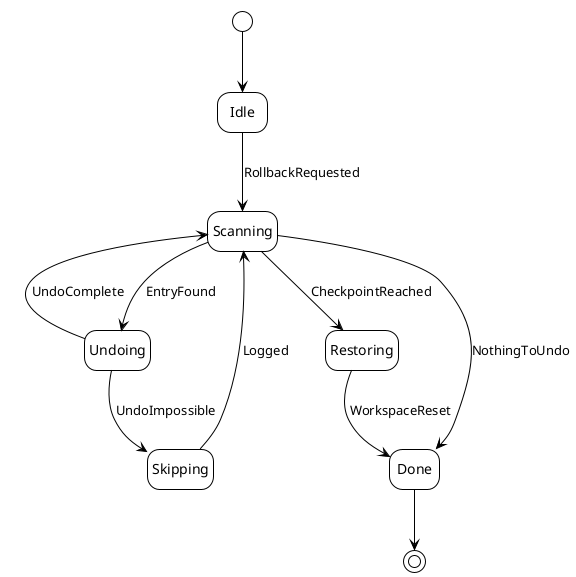
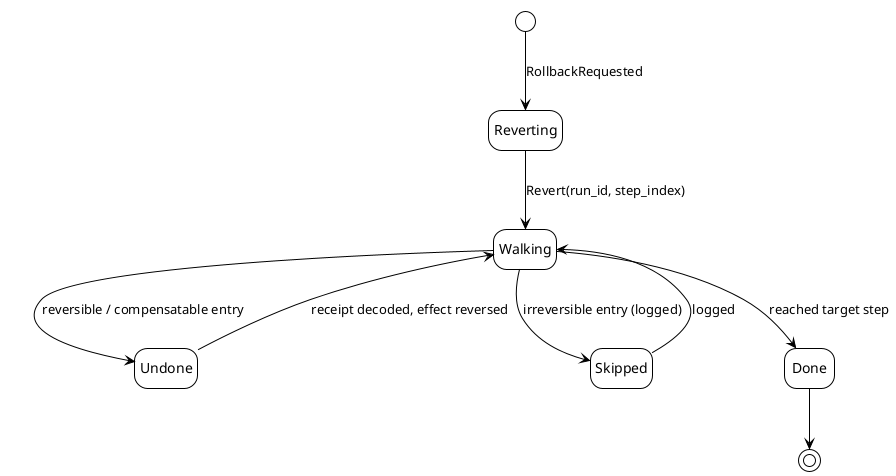
@startuml
!theme plain
hide empty description

- [*] --> Idle
- Idle --> Scanning : RollbackRequested
- Scanning --> Undoing : EntryFound
- Scanning --> Restoring : CheckpointReached
- Scanning --> Done : NothingToUndo
- Undoing --> Scanning : UndoComplete
- Undoing --> Skipping : UndoImpossible
- Skipping --> Scanning : Logged
- Restoring --> Done : WorkspaceReset
+ [*] --> Reverting : RollbackRequested
+ Reverting --> Walking : Revert(run_id, step_index)
+ Walking --> Undone : reversible / compensatable entry
+ Walking --> Skipped : irreversible entry (logged)
+ Undone --> Walking : receipt decoded, effect reversed
+ Skipped --> Walking : logged
+ Walking --> Done : reached target step
Done --> [*]
@enduml
